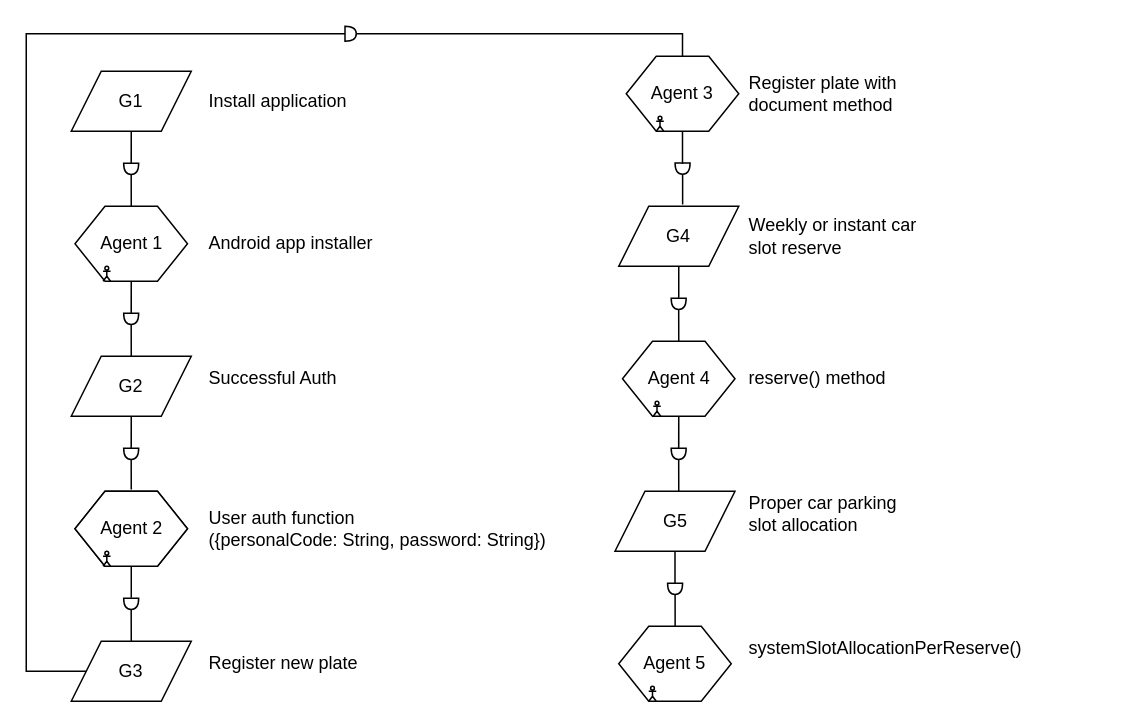
Earlier version of the draw.io diagram requirement-engineering/assignments/threat_chain.drawio (Asncodes-80/master-papers). Source tidied: cells renumbered, new cells numbered last; positions are measured from the earlier drawing's top-left corner, leaving out a move shared by most shapes. Both pictures are drawn from the tidied source at 150%, with x=0, y=0 at pixel (26, 26).
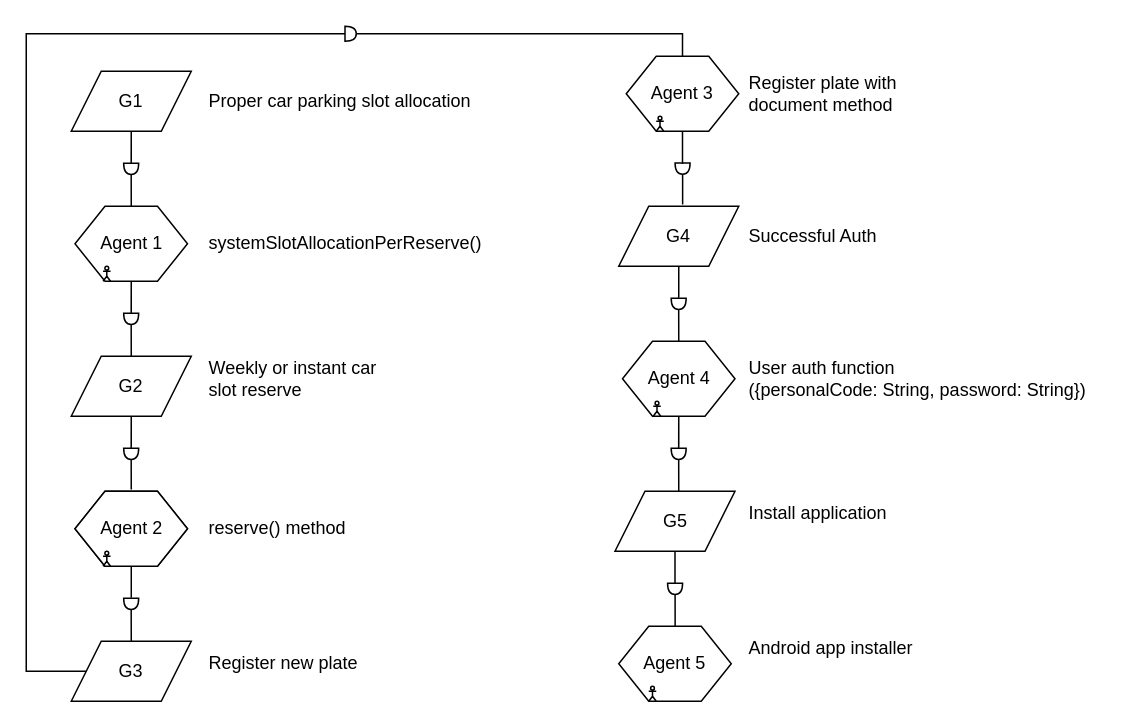
The same page after the edit.

Diff of the diagram source:
```diff
@@
-    <mxCell id="8" value="Install application" style="text;html=1;align=left;verticalAlign=middle;whiteSpace=wrap;rounded=0;" parent="1" vertex="1">
-      <mxGeometry x="120" y="35" width="100" height="30" as="geometry" />
+    <mxCell id="8" value="Proper car parking slot allocation" style="text;html=1;align=left;verticalAlign=middle;whiteSpace=wrap;rounded=0;" parent="1" vertex="1">
+      <mxGeometry x="120" y="35" width="180" height="30" as="geometry" />
     </mxCell>
-    <mxCell id="9" value="Android app installer" style="text;html=1;align=left;verticalAlign=middle;whiteSpace=wrap;rounded=0;" parent="1" vertex="1">
-      <mxGeometry x="120" y="130" width="120" height="30" as="geometry" />
+    <mxCell id="9" value="systemSlotAllocationPerReserve()" style="text;html=1;align=left;verticalAlign=middle;whiteSpace=wrap;rounded=0;" parent="1" vertex="1">
+      <mxGeometry x="120" y="130" width="190" height="30" as="geometry" />
     </mxCell>
@@
-    <mxCell id="13" value="Successful Auth" style="text;html=1;align=left;verticalAlign=middle;whiteSpace=wrap;rounded=0;" parent="1" vertex="1">
+    <mxCell id="13" value="Weekly or instant car slot reserve" style="text;html=1;align=left;verticalAlign=middle;whiteSpace=wrap;rounded=0;" parent="1" vertex="1">
       <mxGeometry x="120" y="220" width="120" height="30" as="geometry" />
     </mxCell>
@@
-    <mxCell id="20" value="User auth function&lt;br&gt;({personalCode: String, password: String})" style="text;html=1;align=left;verticalAlign=middle;whiteSpace=wrap;rounded=0;" parent="1" vertex="1">
-      <mxGeometry x="120" y="320" width="230" height="30" as="geometry" />
+    <mxCell id="20" value="reserve() method" style="text;html=1;align=left;verticalAlign=middle;whiteSpace=wrap;rounded=0;" parent="1" vertex="1">
+      <mxGeometry x="120" y="320" width="110" height="30" as="geometry" />
     </mxCell>
@@
-    <mxCell id="37" value="Weekly or instant car slot reserve" style="text;html=1;align=left;verticalAlign=middle;whiteSpace=wrap;rounded=0;" parent="1" vertex="1">
+    <mxCell id="37" value="Successful Auth" style="text;html=1;align=left;verticalAlign=middle;whiteSpace=wrap;rounded=0;" parent="1" vertex="1">
       <mxGeometry x="480" y="125" width="120" height="30" as="geometry" />
     </mxCell>
@@
-    <mxCell id="41" value="reserve() method" style="text;html=1;align=left;verticalAlign=middle;whiteSpace=wrap;rounded=0;" parent="1" vertex="1">
-      <mxGeometry x="480" y="220" width="120" height="30" as="geometry" />
+    <mxCell id="41" value="User auth function&lt;br&gt;({personalCode: String, password: String})" style="text;html=1;align=left;verticalAlign=middle;whiteSpace=wrap;rounded=0;" parent="1" vertex="1">
+      <mxGeometry x="480" y="220" width="240" height="30" as="geometry" />
     </mxCell>
@@
-    <mxCell id="53" value="Proper car parking slot allocation" style="text;html=1;align=left;verticalAlign=middle;whiteSpace=wrap;rounded=0;" parent="1" vertex="1">
+    <mxCell id="53" value="Install application" style="text;html=1;align=left;verticalAlign=middle;whiteSpace=wrap;rounded=0;" parent="1" vertex="1">
       <mxGeometry x="480" y="310" width="120" height="30" as="geometry" />
     </mxCell>
-    <mxCell id="54" value="systemSlotAllocationPerReserve()" style="text;html=1;align=left;verticalAlign=middle;whiteSpace=wrap;rounded=0;" parent="1" vertex="1">
+    <mxCell id="54" value="Android app installer" style="text;html=1;align=left;verticalAlign=middle;whiteSpace=wrap;rounded=0;" parent="1" vertex="1">
       <mxGeometry x="480" y="400" width="190" height="30" as="geometry" />
     </mxCell>
```
